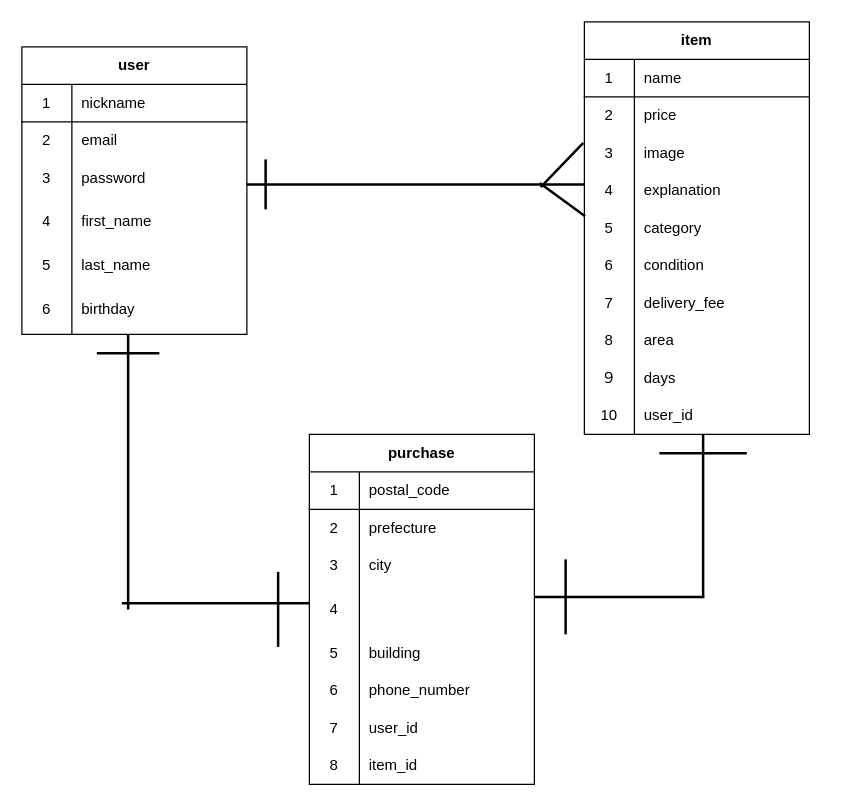
The draw.io diagram database.dio in AkitoHamamoto/furima-32086, before the edit. Source tidied: cells renumbered, new cells numbered last; positions are measured from the earlier drawing's top-left corner, leaving out a move shared by most shapes. Both pictures are drawn from the tidied source at 125%, with x=0, y=0 at pixel (21, 21).
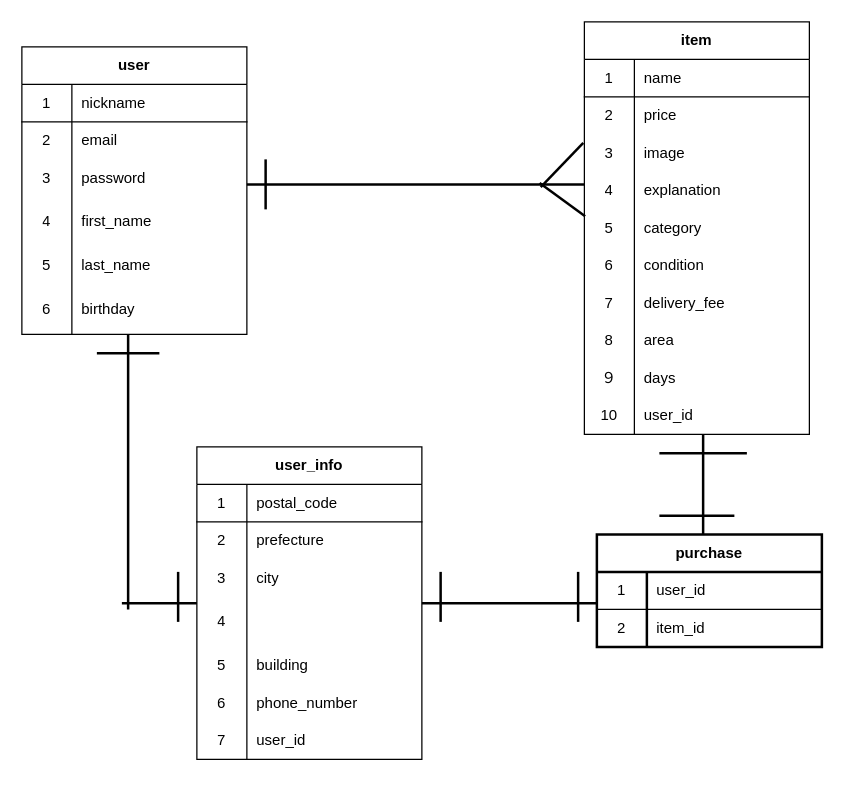
The same diagram, later.

The edit, as a diff of the source:
```diff
@@
     <mxCell id="54" style="line;strokeWidth=2;direction=south;html=1;perimeter=backbonePerimeter;fillColor=none;" parent="1" vertex="1">
-      <mxGeometry x="540" y="330" width="10" height="130" as="geometry" />
+      <mxGeometry x="540" y="330" width="10" height="80" as="geometry" />
     </mxCell>
-    <mxCell id="55" style="line;strokeWidth=2;html=1;perimeter=backbonePerimeter;fillColor=none;" parent="1" vertex="1">
-      <mxGeometry x="410" y="450" width="136" height="20" as="geometry" />
-    </mxCell>
-    <mxCell id="56" style="line;strokeWidth=2;html=1;perimeter=backbonePerimeter;" parent="1" vertex="1">
-      <mxGeometry x="80" y="460" width="150" height="10" as="geometry" />
-    </mxCell>
@@
-    <mxCell id="62" value="purchase" style="shape=table;html=1;whiteSpace=wrap;startSize=30;childLayout=tableLayout;rowLines=0;fontStyle=1;align=center;" parent="1" vertex="1">
-      <mxGeometry x="230" y="330" width="180" height="280" as="geometry" />
+    <mxCell id="62" value="user_info" style="shape=table;html=1;whiteSpace=wrap;startSize=30;childLayout=tableLayout;rowLines=0;fontStyle=1;align=center;" parent="1" vertex="1">
+      <mxGeometry x="140" y="340" width="180" height="250" as="geometry" />
     </mxCell>
@@
-    <mxCell id="84" style="shape=partialRectangle;html=1;whiteSpace=wrap;fillColor=none;top=0;left=0;bottom=0;right=0;" parent="62" vertex="1">
-      <mxGeometry y="250" width="180" height="30" as="geometry" />
-    </mxCell>
-    <mxCell id="85" value="8" style="shape=partialRectangle;html=1;whiteSpace=wrap;fillColor=none;top=0;left=0;bottom=0;right=0;overflow=hidden;" parent="84" vertex="1">
-      <mxGeometry width="40" height="30" as="geometry" />
-    </mxCell>
+    <mxCell id="89" style="line;strokeWidth=2;html=1;" parent="1" vertex="1">
+      <mxGeometry x="80" y="460" width="60" height="10" as="geometry" />
+    </mxCell>
+    <mxCell id="90" value="purchase" style="shape=table;html=1;whiteSpace=wrap;startSize=30;childLayout=tableLayout;rowLines=0;fontStyle=1;align=center;strokeWidth=2;" parent="1" vertex="1">
+      <mxGeometry x="460" y="410" width="180" height="90" as="geometry" />
+    </mxCell>
+    <mxCell id="91" style="shape=partialRectangle;html=1;whiteSpace=wrap;fillColor=none;top=0;left=0;bottom=1;right=0;" parent="90" vertex="1">
+      <mxGeometry y="30" width="180" height="30" as="geometry" />
+    </mxCell>
+    <mxCell id="92" value="1" style="shape=partialRectangle;html=1;whiteSpace=wrap;fillColor=none;top=0;left=0;bottom=0;right=0;overflow=hidden;" parent="91" vertex="1">
+      <mxGeometry width="40" height="30" as="geometry" />
+    </mxCell>
+    <mxCell id="93" value="user_id" style="shape=partialRectangle;html=1;whiteSpace=wrap;fillColor=none;top=0;left=0;bottom=0;right=0;align=left;spacingLeft=6;overflow=hidden;" parent="91" vertex="1">
+      <mxGeometry x="40" width="140" height="30" as="geometry" />
+    </mxCell>
+    <mxCell id="94" style="shape=partialRectangle;html=1;whiteSpace=wrap;fillColor=none;top=0;left=0;bottom=0;right=0;" parent="90" vertex="1">
+      <mxGeometry y="60" width="180" height="30" as="geometry" />
+    </mxCell>
+    <mxCell id="95" value="2" style="shape=partialRectangle;html=1;whiteSpace=wrap;fillColor=none;top=0;left=0;bottom=0;right=0;overflow=hidden;" parent="94" vertex="1">
+      <mxGeometry width="40" height="30" as="geometry" />
+    </mxCell>
-    <mxCell id="86" value="item_id" style="shape=partialRectangle;html=1;whiteSpace=wrap;fillColor=none;top=0;left=0;bottom=0;right=0;align=left;spacingLeft=6;overflow=hidden;" parent="84" vertex="1">
+    <mxCell id="86" value="item_id" style="shape=partialRectangle;html=1;whiteSpace=wrap;fillColor=none;top=0;left=0;bottom=0;right=0;align=left;spacingLeft=6;overflow=hidden;" parent="94" vertex="1">
       <mxGeometry x="40" width="140" height="30" as="geometry" />
     </mxCell>
-    <mxCell id="87" style="line;strokeWidth=2;direction=south;html=1;" parent="1" vertex="1">
-      <mxGeometry x="430" y="430" width="10" height="60" as="geometry" />
-    </mxCell>
-    <mxCell id="88" style="line;strokeWidth=2;direction=south;html=1;" parent="1" vertex="1">
-      <mxGeometry x="200" y="440" width="10" height="60" as="geometry" />
-    </mxCell>
+    <mxCell id="96" style="line;strokeWidth=2;html=1;" parent="1" vertex="1">
+      <mxGeometry x="320" y="460" width="140" height="10" as="geometry" />
+    </mxCell>
+    <mxCell id="97" style="line;strokeWidth=2;direction=south;html=1;" parent="1" vertex="1">
+      <mxGeometry x="120" y="440" width="10" height="40" as="geometry" />
+    </mxCell>
+    <mxCell id="98" style="line;strokeWidth=2;direction=south;html=1;" parent="1" vertex="1">
+      <mxGeometry x="330" y="440" width="10" height="40" as="geometry" />
+    </mxCell>
+    <mxCell id="99" style="line;strokeWidth=2;html=1;" parent="1" vertex="1">
+      <mxGeometry x="510" y="390" width="60" height="10" as="geometry" />
+    </mxCell>
+    <mxCell id="100" style="line;strokeWidth=2;direction=south;html=1;" parent="1" vertex="1">
+      <mxGeometry x="440" y="440" width="10" height="40" as="geometry" />
+    </mxCell>
```
